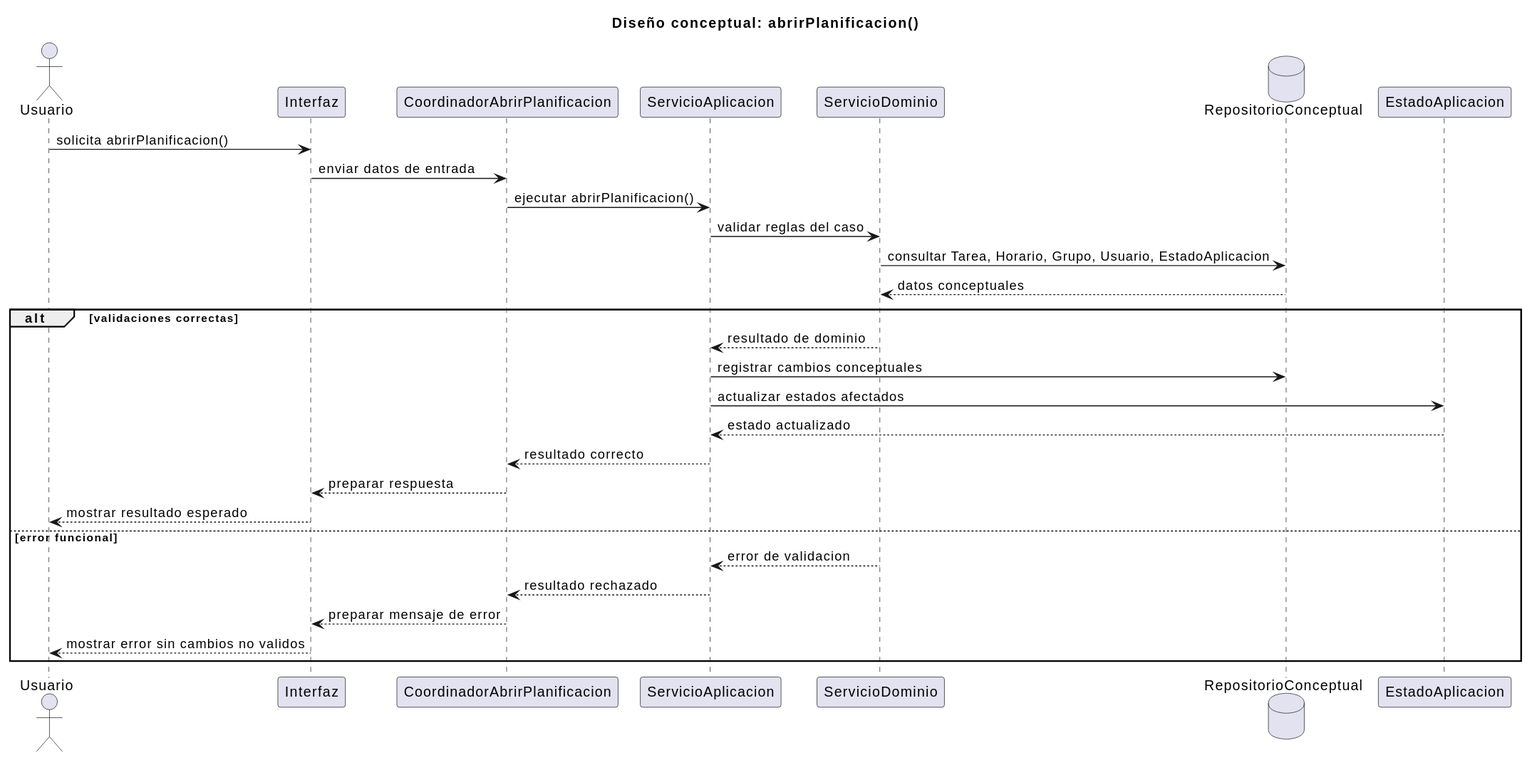
The PlantUML diagram documents/RUP/02-diseño/casos-uso/planificacion-configuracion/abrirPlanificacion/secuencia.svg in inigovaqueroo04/25-26-idsw2-sdVC, before a commit. The source it was exported from:
```plantuml
@startuml
title Diseño conceptual: abrirPlanificacion()

actor "Usuario" as Usuario
participant "Interfaz" as Interfaz
participant "CoordinadorAbrirPlanificacion" as Coordinador
participant "ServicioAplicacion" as ServicioAplicacion
participant "ServicioDominio" as ServicioDominio
database "RepositorioConceptual" as Repositorio
participant "EstadoAplicacion" as EstadoAplicacion

Usuario -> Interfaz : solicita abrirPlanificacion()
Interfaz -> Coordinador : enviar datos de entrada
Coordinador -> ServicioAplicacion : ejecutar abrirPlanificacion()
ServicioAplicacion -> ServicioDominio : validar reglas del caso
ServicioDominio -> Repositorio : consultar Tarea, Horario, Grupo, Usuario, EstadoAplicacion
Repositorio --> ServicioDominio : datos conceptuales

alt validaciones correctas
  ServicioDominio --> ServicioAplicacion : resultado de dominio
  ServicioAplicacion -> Repositorio : registrar cambios conceptuales
  ServicioAplicacion -> EstadoAplicacion : actualizar estados afectados
  EstadoAplicacion --> ServicioAplicacion : estado actualizado
  ServicioAplicacion --> Coordinador : resultado correcto
  Coordinador --> Interfaz : preparar respuesta
  Interfaz --> Usuario : mostrar resultado esperado
else error funcional
  ServicioDominio --> ServicioAplicacion : error de validacion
  ServicioAplicacion --> Coordinador : resultado rechazado
  Coordinador --> Interfaz : preparar mensaje de error
  Interfaz --> Usuario : mostrar error sin cambios no validos
end
@enduml
```
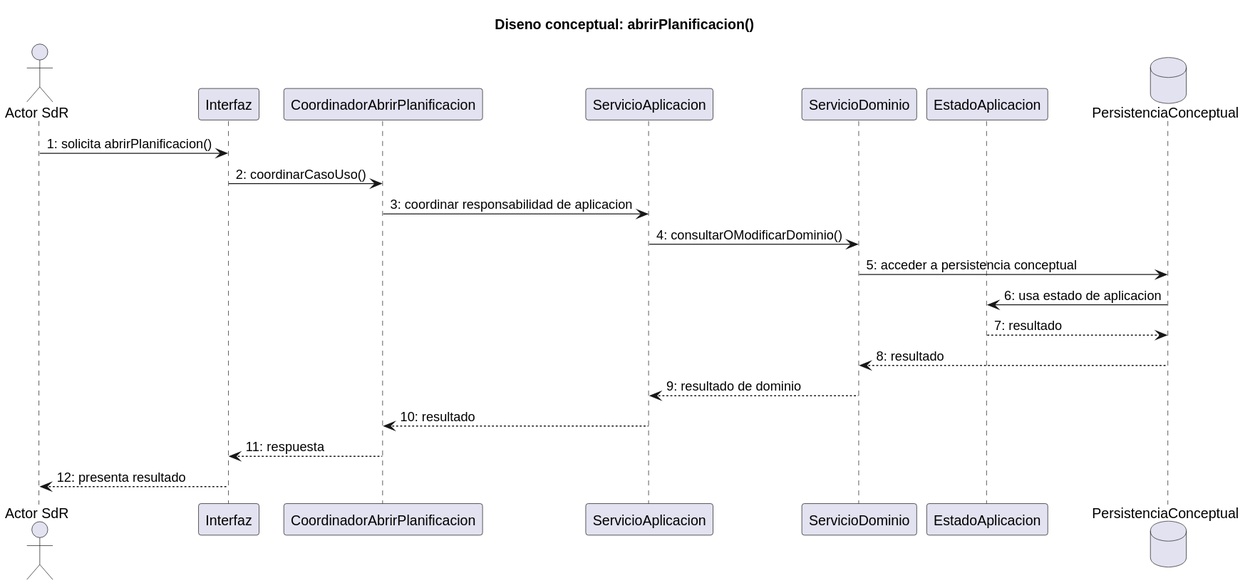
The same file after the commit.

Commit message:
docs: ajustar diseno de abrir planificacion

The edit, as a diff of the source:
```diff
@@ -1,33 +1,24 @@
 @startuml
-title Diseño conceptual: abrirPlanificacion()
+title Diseno conceptual: abrirPlanificacion()
 
-actor "Usuario" as Usuario
+actor "Actor SdR" as Actor
 participant "Interfaz" as Interfaz
 participant "CoordinadorAbrirPlanificacion" as Coordinador
 participant "ServicioAplicacion" as ServicioAplicacion
 participant "ServicioDominio" as ServicioDominio
-database "RepositorioConceptual" as Repositorio
 participant "EstadoAplicacion" as EstadoAplicacion
+database "PersistenciaConceptual" as Persistencia
 
-Usuario -> Interfaz : solicita abrirPlanificacion()
-Interfaz -> Coordinador : enviar datos de entrada
-Coordinador -> ServicioAplicacion : ejecutar abrirPlanificacion()
-ServicioAplicacion -> ServicioDominio : validar reglas del caso
-ServicioDominio -> Repositorio : consultar Tarea, Horario, Grupo, Usuario, EstadoAplicacion
-Repositorio --> ServicioDominio : datos conceptuales
-
-alt validaciones correctas
-  ServicioDominio --> ServicioAplicacion : resultado de dominio
-  ServicioAplicacion -> Repositorio : registrar cambios conceptuales
-  ServicioAplicacion -> EstadoAplicacion : actualizar estados afectados
-  EstadoAplicacion --> ServicioAplicacion : estado actualizado
-  ServicioAplicacion --> Coordinador : resultado correcto
-  Coordinador --> Interfaz : preparar respuesta
-  Interfaz --> Usuario : mostrar resultado esperado
-else error funcional
-  ServicioDominio --> ServicioAplicacion : error de validacion
-  ServicioAplicacion --> Coordinador : resultado rechazado
-  Coordinador --> Interfaz : preparar mensaje de error
-  Interfaz --> Usuario : mostrar error sin cambios no validos
-end
+Actor -> Interfaz : 1: solicita abrirPlanificacion()
+Interfaz -> Coordinador : 2: coordinarCasoUso()
+Coordinador -> ServicioAplicacion : 3: coordinar responsabilidad de aplicacion
+ServicioAplicacion -> ServicioDominio : 4: consultarOModificarDominio()
+ServicioDominio -> Persistencia : 5: acceder a persistencia conceptual
+Persistencia -> EstadoAplicacion : 6: usa estado de aplicacion
+EstadoAplicacion --> Persistencia : 7: resultado
+Persistencia --> ServicioDominio : 8: resultado
+ServicioDominio --> ServicioAplicacion : 9: resultado de dominio
+ServicioAplicacion --> Coordinador : 10: resultado
+Coordinador --> Interfaz : 11: respuesta
+Interfaz --> Actor : 12: presenta resultado
 @enduml
```
